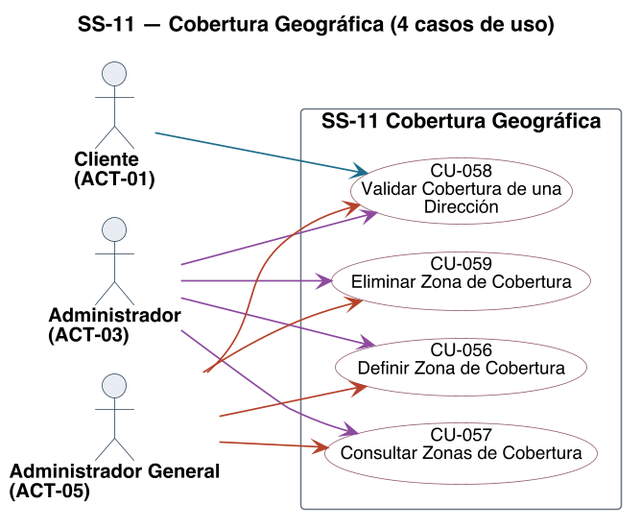
Before: diagramas/uml/CU_SS-11_Cobertura-Geografica.png, a diagram exported from PlantUML (Nahuelito-Dev/splg-docs).
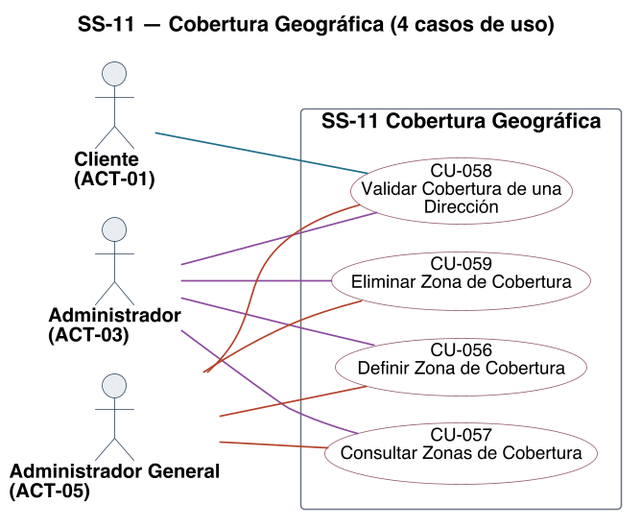
After the change.

What changed in the source:
```diff
@@ -30,6 +30,8 @@
 skinparam usecase {
   BorderColor<<pendiente>> #9C4436
   BackgroundColor<<pendiente>> #F6E4E1
+  BorderColor<<factorizado>> #6B7683
+  BackgroundColor<<factorizado>> #F2F4F6
 }
 
 actor "Cliente\n(ACT-01)" as A01
@@ -43,14 +45,14 @@
   usecase "CU-059\nEliminar Zona de Cobertura" as U059 #back:FFFFFF;line:8E5566
 }
 
-A01 -[#1F6F8B]-> U058
-A03 -[#8C4A9E]-> U056
-A03 -[#8C4A9E]-> U057
-A03 -[#8C4A9E]-> U058
-A03 -[#8C4A9E]-> U059
-A05 -[#B4432B]-> U056
-A05 -[#B4432B]-> U057
-A05 -[#B4432B]-> U058
-A05 -[#B4432B]-> U059
+A01 -[#1F6F8B]- U058
+A03 -[#8C4A9E]- U056
+A03 -[#8C4A9E]- U057
+A03 -[#8C4A9E]- U058
+A03 -[#8C4A9E]- U059
+A05 -[#B4432B]- U056
+A05 -[#B4432B]- U057
+A05 -[#B4432B]- U058
+A05 -[#B4432B]- U059
 
 @enduml
```
